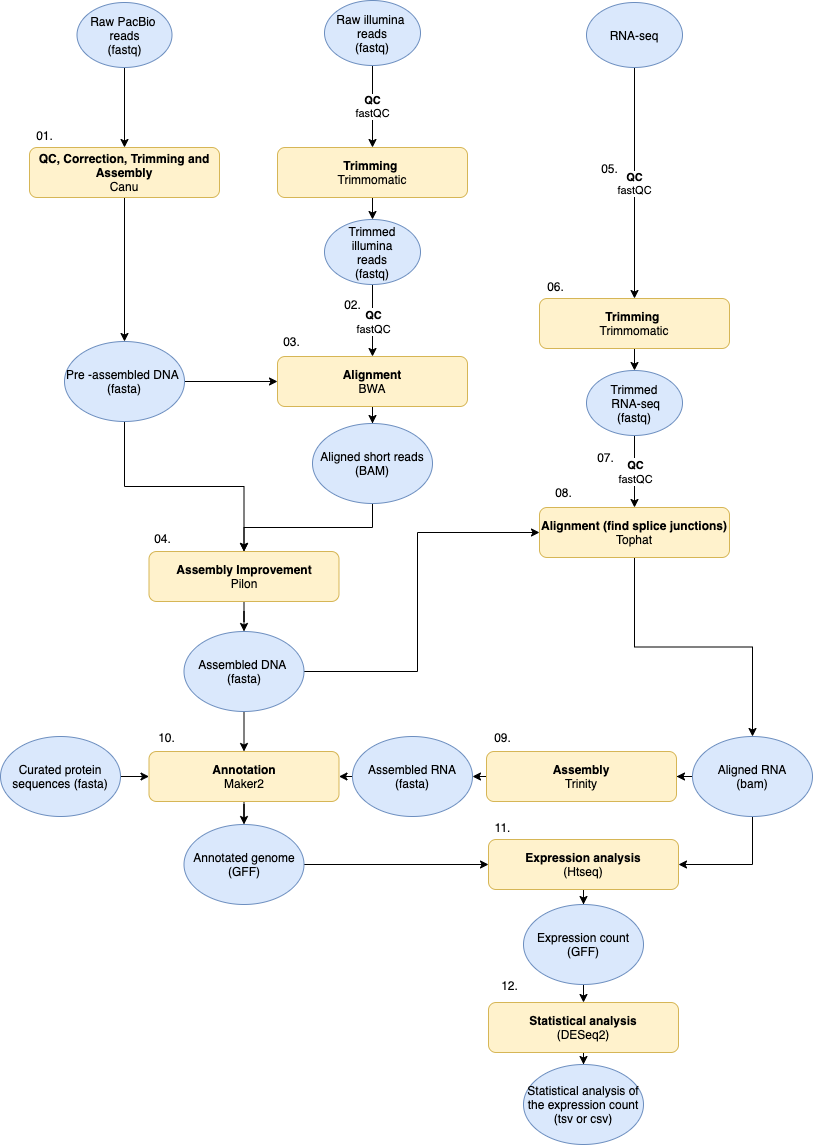
erik-burger/erik_burger_genome_analysis keeps this draw.io diagram as images/Project_plan.png. Above is the earlier version. Source tidied: cells renumbered, new cells last; positions are measured from the earlier drawing's top-left corner, leaving out a move shared by most shapes.
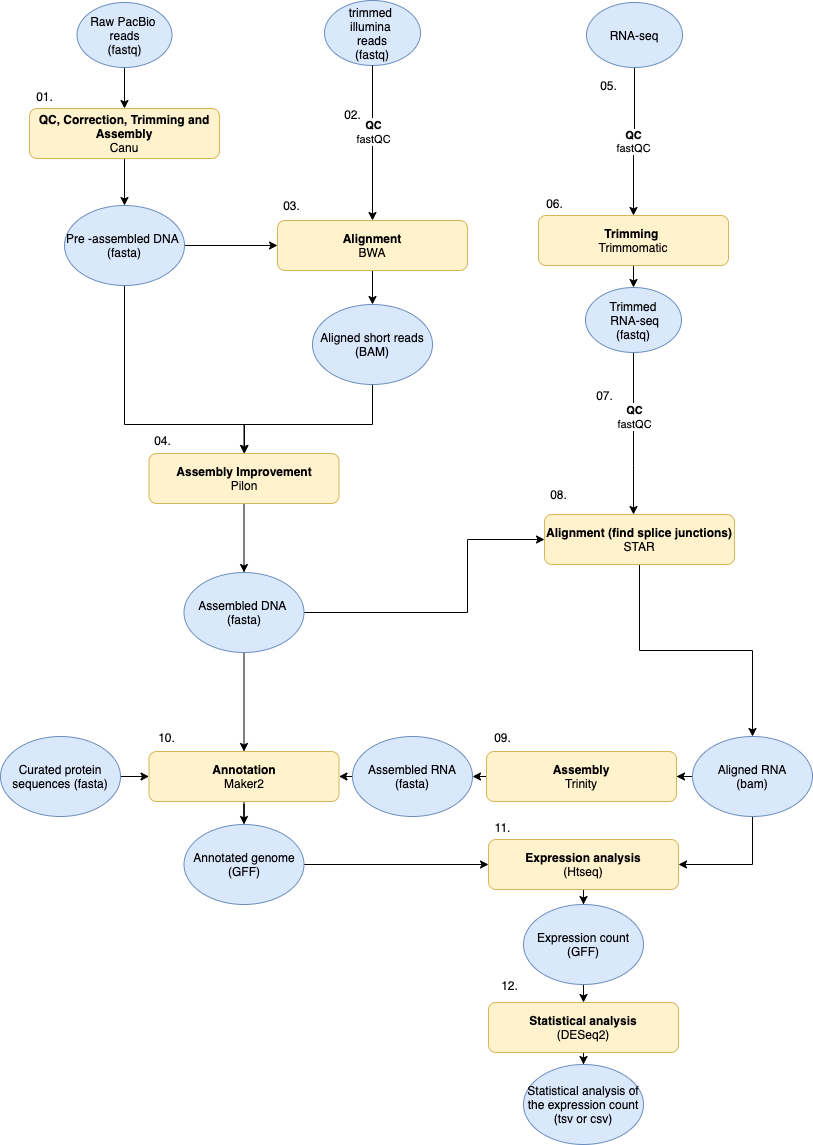
The same file after the commit.

Change to the diagram source:
```diff
@@ -8,41 +8,43 @@
     <mxCell id="3" value="Raw PacBio&amp;nbsp;&lt;br&gt;reads&lt;br&gt;(fastq)" style="ellipse;whiteSpace=wrap;html=1;fillColor=#dae8fc;strokeColor=#6c8ebf;" parent="1" vertex="1">
       <mxGeometry x="76.5" y="2" width="95" height="65" as="geometry" />
     </mxCell>
-    <mxCell id="4" value="&lt;b&gt;QC&lt;/b&gt;&lt;br&gt;fastQC" style="edgeStyle=orthogonalEdgeStyle;rounded=0;jettySize=auto;html=1;fontFamily=Helvetica;" parent="1" edge="1" source="5" target="44">
-      <mxGeometry relative="1" as="geometry" />
-    </mxCell>
-    <mxCell id="5" value="&lt;span style=&quot;white-space: nowrap&quot;&gt;Raw illumina&amp;nbsp;&lt;/span&gt;&lt;br style=&quot;white-space: nowrap&quot;&gt;reads&lt;br&gt;(fastq)" style="ellipse;whiteSpace=wrap;html=1;fillColor=#dae8fc;strokeColor=#6c8ebf;" parent="1" vertex="1">
+    <mxCell id="5" value="&lt;span style=&quot;white-space: nowrap&quot;&gt;trimmed &lt;br&gt;illumina&amp;nbsp;&lt;/span&gt;&lt;br style=&quot;white-space: nowrap&quot;&gt;reads&lt;br&gt;(fastq)" style="ellipse;whiteSpace=wrap;html=1;fillColor=#dae8fc;strokeColor=#6c8ebf;" parent="1" vertex="1">
       <mxGeometry x="324" width="96" height="65" as="geometry" />
     </mxCell>
     <mxCell id="6" style="edgeStyle=orthogonalEdgeStyle;rounded=0;jettySize=auto;html=1;" parent="1" edge="1" source="7" target="32">
       <mxGeometry relative="1" as="geometry" />
     </mxCell>
     <mxCell id="7" value="&lt;b&gt;Alignment&lt;/b&gt;&lt;br&gt;BWA" style="rounded=1;whiteSpace=wrap;html=1;fillColor=#fff2cc;strokeColor=#d6b656;" parent="1" vertex="1">
-      <mxGeometry x="277" y="356" width="190" height="50" as="geometry" />
+      <mxGeometry x="277" y="220" width="190" height="50" as="geometry" />
     </mxCell>
     <mxCell id="8" style="edgeStyle=orthogonalEdgeStyle;rounded=0;jettySize=auto;html=1;entryX=0.5;entryY=0;entryDx=0;entryDy=0;" parent="1" edge="1" source="9" target="12">
       <mxGeometry relative="1" as="geometry" />
     </mxCell>
     <mxCell id="9" value="&lt;b&gt;QC, Correction, Trimming and Assembly&lt;/b&gt;&lt;br&gt;Canu" style="rounded=1;whiteSpace=wrap;html=1;fillColor=#fff2cc;strokeColor=#d6b656;" parent="1" vertex="1">
-      <mxGeometry x="29" y="147" width="190" height="50" as="geometry" />
+      <mxGeometry x="29" y="108" width="190" height="50" as="geometry" />
     </mxCell>
     <mxCell id="10" style="edgeStyle=orthogonalEdgeStyle;rounded=0;jettySize=auto;html=1;entryX=0;entryY=0.5;entryDx=0;entryDy=0;" parent="1" edge="1" source="12" target="7">
       <mxGeometry relative="1" as="geometry" />
     </mxCell>
     <mxCell id="11" style="edgeStyle=orthogonalEdgeStyle;rounded=0;jettySize=auto;html=1;" parent="1" edge="1" source="12" target="14">
-      <mxGeometry relative="1" as="geometry" />
+      <mxGeometry relative="1" as="geometry">
+        <Array as="points">
+          <mxPoint x="124" y="424" />
+          <mxPoint x="244" y="424" />
+        </Array>
+      </mxGeometry>
     </mxCell>
     <mxCell id="12" value="Pre -assembled DNA&amp;nbsp;&lt;br&gt;(fasta)" style="ellipse;whiteSpace=wrap;html=1;fillColor=#dae8fc;strokeColor=#6c8ebf;" parent="1" vertex="1">
-      <mxGeometry x="64" y="341" width="120" height="80" as="geometry" />
+      <mxGeometry x="64" y="205" width="120" height="80" as="geometry" />
     </mxCell>
     <mxCell id="13" style="edgeStyle=orthogonalEdgeStyle;rounded=0;jettySize=auto;html=1;" parent="1" edge="1" source="14" target="18">
       <mxGeometry relative="1" as="geometry" />
     </mxCell>
     <mxCell id="14" value="&lt;b&gt;Assembly Improvement&lt;br&gt;&lt;/b&gt;Pilon" style="rounded=1;whiteSpace=wrap;html=1;fillColor=#fff2cc;strokeColor=#d6b656;" parent="1" vertex="1">
-      <mxGeometry x="148.5" y="551" width="190" height="50" as="geometry" />
+      <mxGeometry x="148.5" y="453" width="190" height="50" as="geometry" />
     </mxCell>
     <mxCell id="15" value="&lt;span style=&quot;color: rgba(0 , 0 , 0 , 0) ; font-family: monospace ; font-size: 0px&quot;&gt;%3CmxGraphModel%3E%3Croot%3E%3CmxCell%20id%3D%220%22%2F%3E%3CmxCell%20id%3D%221%22%20parent%3D%220%22%2F%3E%3CmxCell%20id%3D%222%22%20value%3D%22QC%20and%20assembled%20DNA%26amp%3Bnbsp%3B%26lt%3Bbr%26gt%3B(fasta%20or%20.gfa)%22%20style%3D%22ellipse%3BwhiteSpace%3Dwrap%3Bhtml%3D1%3B%22%20vertex%3D%221%22%20parent%3D%221%22%3E%3CmxGeometry%20x%3D%22125%22%20y%3D%22350%22%20width%3D%22120%22%20height%3D%2280%22%20as%3D%22geometry%22%2F%3E%3C%2FmxCell%3E%3C%2Froot%3E%3C%2FmxGraphModel%3E&lt;/span&gt;" style="text;html=1;align=center;verticalAlign=middle;" parent="1" vertex="1">
-      <mxGeometry x="408" y="464" width="20" height="20" as="geometry" />
+      <mxGeometry x="408" y="425" width="20" height="20" as="geometry" />
     </mxCell>
     <mxCell id="16" style="edgeStyle=orthogonalEdgeStyle;rounded=0;jettySize=auto;html=1;entryX=0.5;entryY=0;entryDx=0;entryDy=0;" parent="1" edge="1" source="18" target="28">
       <mxGeometry relative="1" as="geometry" />
@@ -50,13 +52,14 @@
     <mxCell id="17" style="edgeStyle=orthogonalEdgeStyle;rounded=0;jettySize=auto;html=1;entryX=0;entryY=0.5;entryDx=0;entryDy=0;" parent="1" edge="1" source="18" target="22">
       <mxGeometry relative="1" as="geometry">
         <Array as="points">
-          <mxPoint x="417" y="671" />
-          <mxPoint x="417" y="532" />
+          <mxPoint x="467" y="612" />
+          <mxPoint x="467" y="539" />
+          <mxPoint x="540" y="539" />
         </Array>
       </mxGeometry>
     </mxCell>
     <mxCell id="18" value="Assembled DNA&amp;nbsp;&lt;br&gt;(fasta)" style="ellipse;whiteSpace=wrap;html=1;fillColor=#dae8fc;strokeColor=#6c8ebf;" parent="1" vertex="1">
-      <mxGeometry x="183.5" y="631" width="120" height="80" as="geometry" />
+      <mxGeometry x="183.5" y="572" width="120" height="80" as="geometry" />
     </mxCell>
     <mxCell id="19" value="&lt;b&gt;QC&lt;/b&gt;&lt;br&gt;fastQC" style="edgeStyle=orthogonalEdgeStyle;rounded=0;jettySize=auto;html=1;entryX=0.5;entryY=0;entryDx=0;entryDy=0;" parent="1" edge="1" source="20" target="46">
       <mxGeometry relative="1" as="geometry" />
@@ -67,8 +70,8 @@
     <mxCell id="21" style="edgeStyle=orthogonalEdgeStyle;rounded=0;jettySize=auto;html=1;entryX=0.5;entryY=0;entryDx=0;entryDy=0;" parent="1" edge="1" source="22" target="26">
       <mxGeometry relative="1" as="geometry" />
     </mxCell>
-    <mxCell id="22" value="&lt;b&gt;Alignment (find splice junctions)&lt;/b&gt;&lt;br&gt;Tophat" style="rounded=1;whiteSpace=wrap;html=1;fillColor=#fff2cc;strokeColor=#d6b656;" parent="1" vertex="1">
-      <mxGeometry x="539" y="507" width="190" height="50" as="geometry" />
+    <mxCell id="22" value="&lt;b&gt;Alignment (find splice junctions)&lt;/b&gt;&lt;br&gt;STAR" style="rounded=1;whiteSpace=wrap;html=1;fillColor=#fff2cc;strokeColor=#d6b656;" parent="1" vertex="1">
+      <mxGeometry x="544" y="514" width="190" height="50" as="geometry" />
     </mxCell>
     <mxCell id="23" value="&lt;span style=&quot;color: rgba(0 , 0 , 0 , 0) ; font-family: monospace ; font-size: 0px&quot;&gt;%3CmxGraphModel%3E%3Croot%3E%3CmxCell%20id%3D%220%22%2F%3E%3CmxCell%20id%3D%221%22%20parent%3D%220%22%2F%3E%3CmxCell%20id%3D%222%22%20value%3D%22QC%20and%20assembled%20DNA%26amp%3Bnbsp%3B%26lt%3Bbr%26gt%3B(fasta%20or%20.gfa)%22%20style%3D%22ellipse%3BwhiteSpace%3Dwrap%3Bhtml%3D1%3B%22%20vertex%3D%221%22%20parent%3D%221%22%3E%3CmxGeometry%20x%3D%22125%22%20y%3D%22350%22%20width%3D%22120%22%20height%3D%2280%22%20as%3D%22geometry%22%2F%3E%3C%2FmxCell%3E%3C%2Froot%3E%3C%2FmxGraphModel%3E&lt;/span&gt;" style="text;html=1;align=center;verticalAlign=middle;" parent="1" vertex="1">
       <mxGeometry x="658.5" y="1000" width="20" height="20" as="geometry" />
@@ -95,10 +98,15 @@
       <mxGeometry y="736" width="120" height="80" as="geometry" />
     </mxCell>
     <mxCell id="31" style="edgeStyle=orthogonalEdgeStyle;rounded=0;jettySize=auto;html=1;entryX=0.5;entryY=0;entryDx=0;entryDy=0;" parent="1" edge="1" source="32" target="14">
-      <mxGeometry relative="1" as="geometry" />
+      <mxGeometry relative="1" as="geometry">
+        <Array as="points">
+          <mxPoint x="372" y="424" />
+          <mxPoint x="244" y="424" />
+        </Array>
+      </mxGeometry>
     </mxCell>
     <mxCell id="32" value="Aligned short reads (BAM)" style="ellipse;whiteSpace=wrap;html=1;fillColor=#dae8fc;strokeColor=#6c8ebf;" parent="1" vertex="1">
-      <mxGeometry x="312" y="423" width="120" height="80" as="geometry" />
+      <mxGeometry x="312" y="304" width="120" height="80" as="geometry" />
     </mxCell>
     <mxCell id="33" style="edgeStyle=orthogonalEdgeStyle;rounded=0;jettySize=auto;html=1;exitX=0;exitY=0.5;exitDx=0;exitDy=0;entryX=1;entryY=0.5;entryDx=0;entryDy=0;" parent="1" edge="1" source="34" target="36">
       <mxGeometry relative="1" as="geometry" />
@@ -132,19 +140,13 @@
     <mxCell id="42" value="Expression count&lt;br&gt;(GFF)" style="ellipse;whiteSpace=wrap;html=1;fillColor=#dae8fc;strokeColor=#6c8ebf;" parent="1" vertex="1">
       <mxGeometry x="523" y="904" width="120" height="80" as="geometry" />
     </mxCell>
-    <mxCell id="43" style="edgeStyle=orthogonalEdgeStyle;rounded=0;jettySize=auto;html=1;entryX=0.5;entryY=0;entryDx=0;entryDy=0;" parent="1" edge="1" source="44" target="49">
-      <mxGeometry relative="1" as="geometry" />
-    </mxCell>
-    <mxCell id="44" value="&lt;b&gt;Trimming&lt;/b&gt;&amp;nbsp;&lt;br&gt;Trimmomatic" style="rounded=1;whiteSpace=wrap;html=1;fillColor=#fff2cc;strokeColor=#d6b656;" parent="1" vertex="1">
-      <mxGeometry x="277" y="147" width="190" height="50" as="geometry" />
-    </mxCell>
     <mxCell id="45" value="&lt;b&gt;&lt;br&gt;&lt;/b&gt;" style="edgeStyle=orthogonalEdgeStyle;rounded=0;jettySize=auto;html=1;exitX=0.5;exitY=1;exitDx=0;exitDy=0;entryX=0.5;entryY=0;entryDx=0;entryDy=0;" parent="1" edge="1" source="46" target="52">
       <mxGeometry relative="1" as="geometry" />
     </mxCell>
     <mxCell id="46" value="&lt;b&gt;Trimming&lt;/b&gt;&amp;nbsp;&lt;br&gt;Trimmomatic" style="rounded=1;whiteSpace=wrap;html=1;fillColor=#fff2cc;strokeColor=#d6b656;" parent="1" vertex="1">
-      <mxGeometry x="539" y="298" width="190" height="50" as="geometry" />
+      <mxGeometry x="538" y="215" width="190" height="50" as="geometry" />
     </mxCell>
-    <mxCell id="47" style="edgeStyle=orthogonalEdgeStyle;rounded=0;jettySize=auto;html=1;entryX=0.5;entryY=0;entryDx=0;entryDy=0;" parent="1" edge="1" source="49" target="7">
+    <mxCell id="47" style="edgeStyle=orthogonalEdgeStyle;rounded=0;jettySize=auto;html=1;entryX=0.5;entryY=0;entryDx=0;entryDy=0;exitX=0.5;exitY=1;exitDx=0;exitDy=0;" parent="1" edge="1" source="5" target="7">
       <mxGeometry relative="1" as="geometry" />
     </mxCell>
     <mxCell id="48" value="&lt;b style=&quot;font-size: 11px&quot;&gt;QC&lt;/b&gt;&lt;br style=&quot;font-size: 11px&quot;&gt;&lt;span style=&quot;font-size: 11px&quot;&gt;fastQC&lt;/span&gt;" style="text;html=1;align=center;verticalAlign=middle;labelBackgroundColor=#ffffff;fontFamily=Helvetica;" parent="47" vertex="1">
@@ -152,11 +154,13 @@
         <mxPoint y="11" as="offset" />
       </mxGeometry>
     </mxCell>
-    <mxCell id="49" value="&lt;span style=&quot;white-space: nowrap&quot;&gt;Trimmed&lt;br&gt;&amp;nbsp;illumina&amp;nbsp;&lt;/span&gt;&lt;br style=&quot;white-space: nowrap&quot;&gt;reads&lt;br&gt;(fastq)" style="ellipse;whiteSpace=wrap;html=1;fillColor=#dae8fc;strokeColor=#6c8ebf;" parent="1" vertex="1">
-      <mxGeometry x="324" y="219" width="96" height="65" as="geometry" />
-    </mxCell>
     <mxCell id="50" style="edgeStyle=orthogonalEdgeStyle;rounded=0;jettySize=auto;html=1;exitX=0.5;exitY=1;exitDx=0;exitDy=0;" parent="1" edge="1" source="52" target="22">
-      <mxGeometry relative="1" as="geometry" />
+      <mxGeometry relative="1" as="geometry">
+        <Array as="points">
+          <mxPoint x="633" y="465" />
+          <mxPoint x="633" y="465" />
+        </Array>
+      </mxGeometry>
     </mxCell>
     <mxCell id="51" value="&lt;b style=&quot;font-size: 11px&quot;&gt;QC&lt;/b&gt;&lt;br style=&quot;font-size: 11px&quot;&gt;&lt;span style=&quot;font-size: 11px&quot;&gt;fastQC&lt;/span&gt;" style="text;html=1;align=center;verticalAlign=middle;labelBackgroundColor=#ffffff;fontFamily=Helvetica;" parent="50" vertex="1">
       <mxGeometry x="-0.38" y="1" relative="1" as="geometry">
@@ -164,7 +168,7 @@
       </mxGeometry>
     </mxCell>
     <mxCell id="52" value="&lt;span style=&quot;white-space: nowrap&quot;&gt;Trimmed&lt;br&gt;&amp;nbsp;RNA-seq&lt;/span&gt;&lt;br&gt;(fastq)" style="ellipse;whiteSpace=wrap;html=1;fillColor=#dae8fc;strokeColor=#6c8ebf;" parent="1" vertex="1">
-      <mxGeometry x="586" y="370" width="96" height="65" as="geometry" />
+      <mxGeometry x="585" y="287" width="96" height="65" as="geometry" />
     </mxCell>
     <mxCell id="53" style="edgeStyle=orthogonalEdgeStyle;rounded=0;jettySize=auto;html=1;entryX=0.5;entryY=0;entryDx=0;entryDy=0;" parent="1" edge="1" source="54" target="55">
       <mxGeometry relative="1" as="geometry" />
@@ -176,28 +180,28 @@
       <mxGeometry x="523" y="1064" width="120" height="80" as="geometry" />
     </mxCell>
     <mxCell id="56" value="01." style="text;html=1;align=center;verticalAlign=middle;" parent="1" vertex="1">
-      <mxGeometry x="30" y="126" width="27" height="18" as="geometry" />
+      <mxGeometry x="30" y="87" width="27" height="18" as="geometry" />
     </mxCell>
     <mxCell id="57" value="02." style="text;html=1;align=center;verticalAlign=middle;" parent="1" vertex="1">
-      <mxGeometry x="338.5" y="295" width="27" height="18" as="geometry" />
+      <mxGeometry x="338.5" y="105" width="27" height="18" as="geometry" />
     </mxCell>
     <mxCell id="58" value="03." style="text;html=1;align=center;verticalAlign=middle;" parent="1" vertex="1">
-      <mxGeometry x="277" y="332" width="27" height="18" as="geometry" />
+      <mxGeometry x="277" y="196" width="27" height="18" as="geometry" />
     </mxCell>
     <mxCell id="59" value="04." style="text;html=1;align=center;verticalAlign=middle;" parent="1" vertex="1">
-      <mxGeometry x="148.5" y="529" width="27" height="18" as="geometry" />
+      <mxGeometry x="148.5" y="431" width="27" height="18" as="geometry" />
     </mxCell>
     <mxCell id="60" value="05." style="text;html=1;align=center;verticalAlign=middle;" parent="1" vertex="1">
-      <mxGeometry x="595" y="159" width="27" height="18" as="geometry" />
+      <mxGeometry x="594" y="76" width="27" height="18" as="geometry" />
     </mxCell>
     <mxCell id="61" value="06." style="text;html=1;align=center;verticalAlign=middle;" parent="1" vertex="1">
-      <mxGeometry x="541" y="277" width="27" height="18" as="geometry" />
+      <mxGeometry x="540" y="194" width="27" height="18" as="geometry" />
     </mxCell>
     <mxCell id="62" value="07.&lt;span style=&quot;font-family: monospace ; font-size: 0px&quot;&gt;%3CmxGraphModel%3E%3Croot%3E%3CmxCell%20id%3D%220%22%2F%3E%3CmxCell%20id%3D%221%22%20parent%3D%220%22%2F%3E%3CmxCell%20id%3D%222%22%20value%3D%2206.%22%20style%3D%22text%3Bhtml%3D1%3Balign%3Dcenter%3BverticalAlign%3Dmiddle%3Bresizable%3D0%3Bpoints%3D%5B%5D%3Bautosize%3D1%3B%22%20vertex%3D%221%22%20parent%3D%221%22%3E%3CmxGeometry%20x%3D%22552%22%20y%3D%22144%22%20width%3D%2227%22%20height%3D%2218%22%20as%3D%22geometry%22%2F%3E%3C%2FmxCell%3E%3C%2Froot%3E%3C%2FmxGraphModel%3E&lt;/span&gt;" style="text;html=1;align=center;verticalAlign=middle;" parent="1" vertex="1">
-      <mxGeometry x="591" y="446" width="27" height="22" as="geometry" />
+      <mxGeometry x="590" y="384" width="27" height="22" as="geometry" />
     </mxCell>
     <mxCell id="63" value="08." style="text;html=1;align=center;verticalAlign=middle;" parent="1" vertex="1">
-      <mxGeometry x="549" y="483" width="27" height="18" as="geometry" />
+      <mxGeometry x="544" y="485" width="27" height="18" as="geometry" />
     </mxCell>
     <mxCell id="64" value="09." style="text;html=1;align=center;verticalAlign=middle;" parent="1" vertex="1">
       <mxGeometry x="488" y="728" width="27" height="18" as="geometry" />
```
